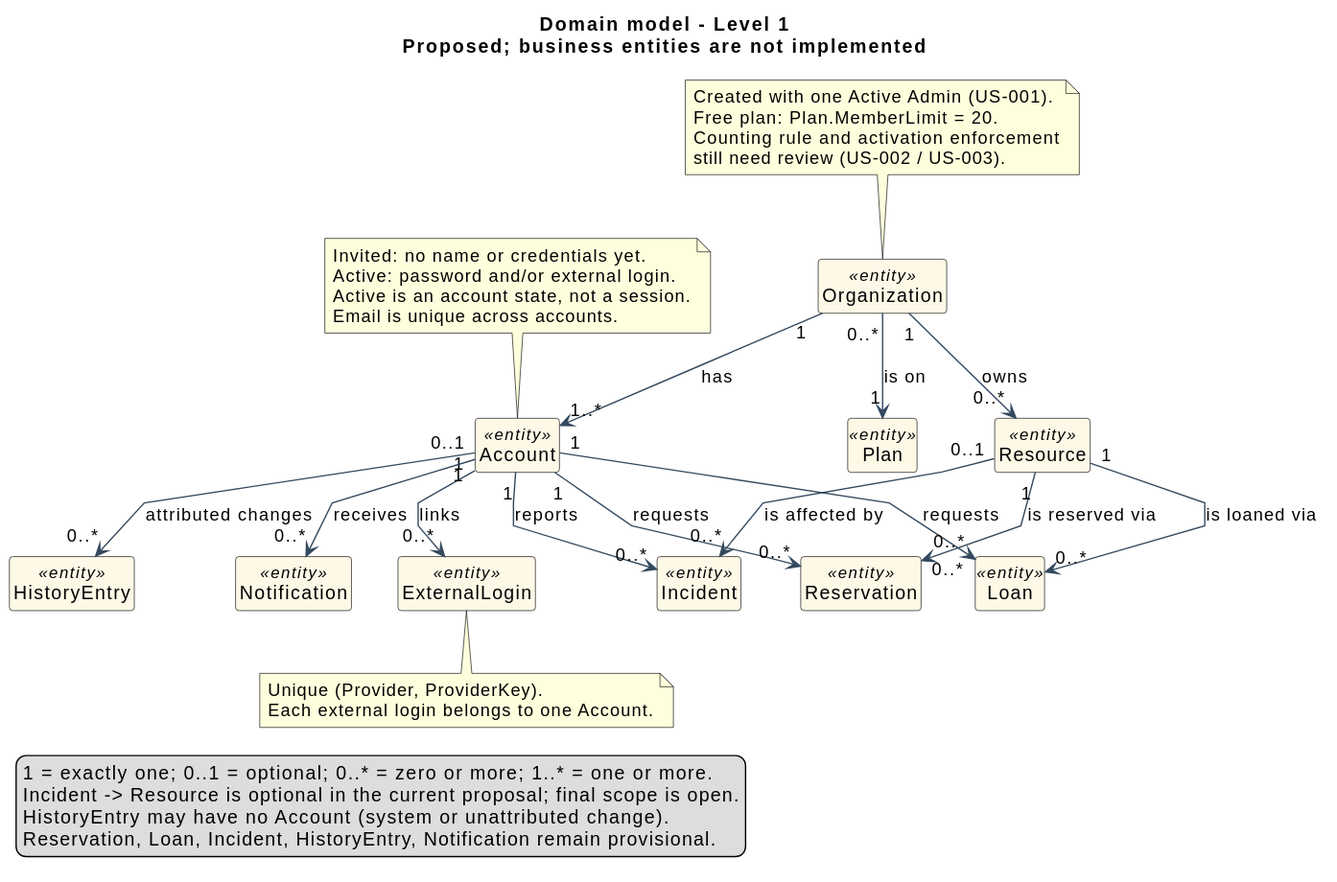
The PlantUML diagram docs/domain-models/svg/domain-model-level-1.svg in vscosousa/Nexo, before a commit. Its source is kept beside it as docs/domain-models/puml/domain-model-level-1.puml.
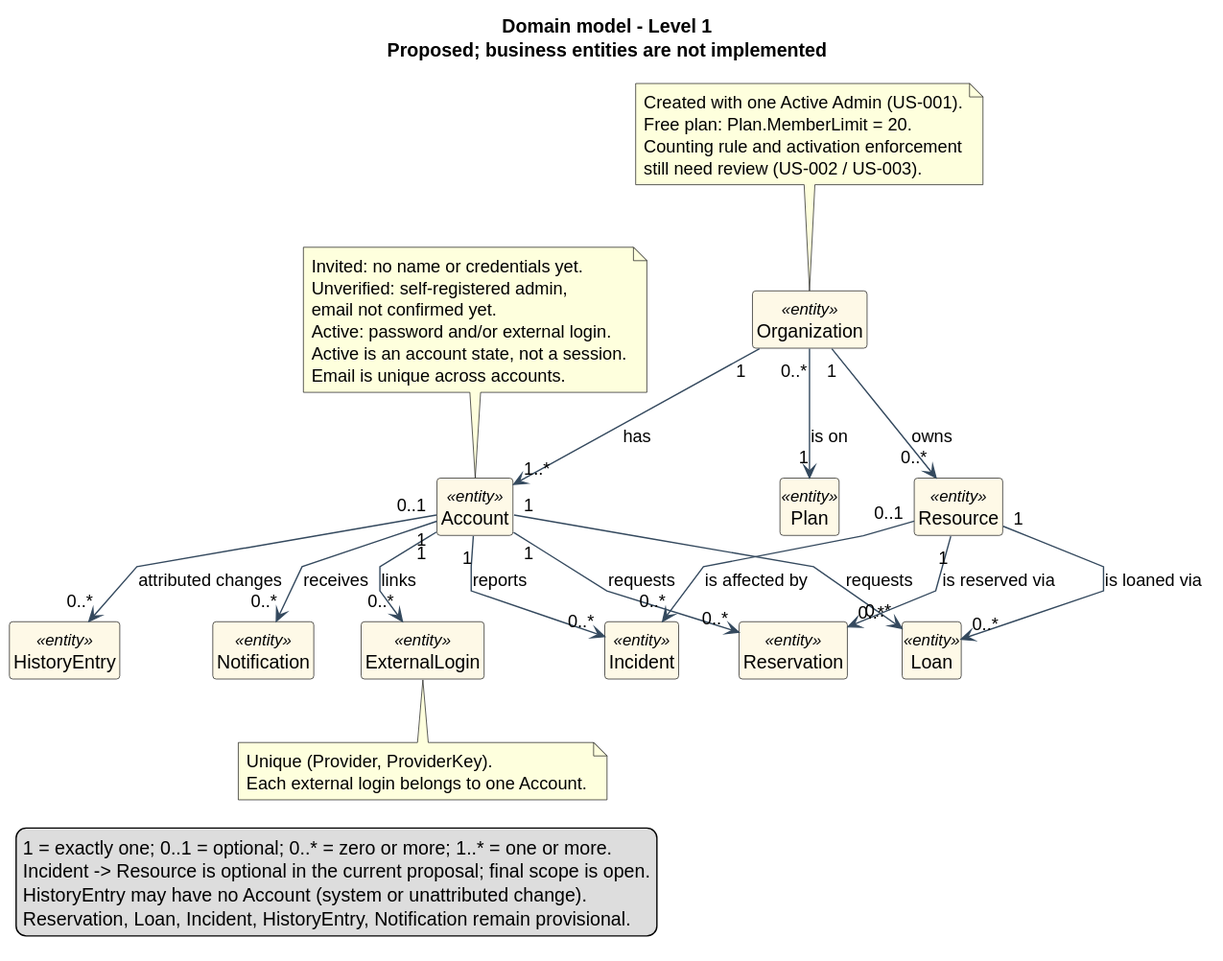
Later version of the same file.

Change to the diagram source:
```diff
@@ -40,6 +40,8 @@
 
 note top of Account
   Invited: no name or credentials yet.
+  Unverified: self-registered admin,
+  email not confirmed yet.
   Active: password and/or external login.
   Active is an account state, not a session.
   Email is unique across accounts.
```
